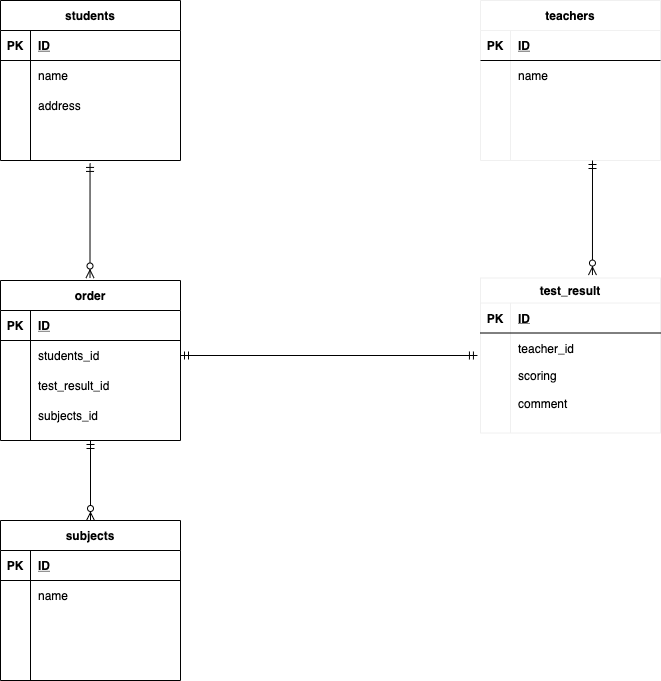
Earlier version of the draw.io export index.drawio.png (hosei0514/ER_TEST). Source tidied: cells renumbered, new cells last; positions are measured from the earlier drawing's top-left corner, leaving out a move shared by most shapes.
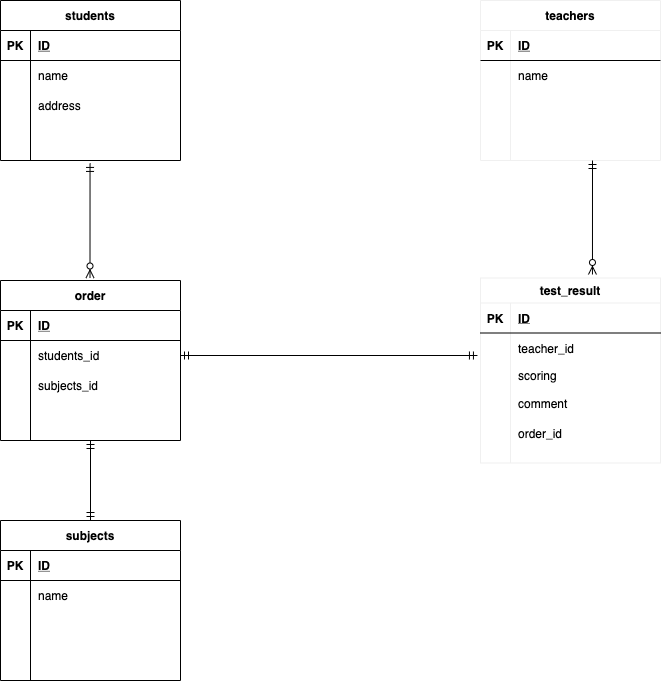
Above is the later version.

The edit, as a diff of the source:
```diff
@@ -81,7 +81,7 @@
       <mxGeometry x="30" width="150" height="30" as="geometry" />
     </mxCell>
     <mxCell id="28" value="test_result" style="shape=table;startSize=25;rowLines=0;fontStyle=1;align=center;strokeColor=#f0f0f0;" parent="1" vertex="1">
-      <mxGeometry x="480" y="277.5" width="180" height="155" as="geometry" />
+      <mxGeometry x="480" y="277.5" width="180" height="185" as="geometry" />
     </mxCell>
     <mxCell id="29" style="shape=partialRectangle;fillColor=none;top=0;left=0;bottom=1;right=0;" parent="28" vertex="1">
       <mxGeometry y="25" width="180" height="30" as="geometry" />
@@ -119,6 +119,15 @@
     <mxCell id="40" value="comment" style="shape=partialRectangle;fillColor=none;top=0;left=0;bottom=0;right=0;align=left;spacingLeft=6;overflow=hidden;flipH=1;" parent="38" vertex="1">
       <mxGeometry x="30" width="150" height="30" as="geometry" />
     </mxCell>
+    <mxCell id="71" style="shape=partialRectangle;fillColor=none;top=0;left=0;bottom=0;right=0;" parent="28" vertex="1">
+      <mxGeometry y="140" width="180" height="30" as="geometry" />
+    </mxCell>
+    <mxCell id="72" style="shape=partialRectangle;fillColor=none;top=0;left=0;bottom=0;right=0;overflow=hidden;" parent="71" vertex="1">
+      <mxGeometry width="30" height="30" as="geometry" />
+    </mxCell>
+    <mxCell id="73" value="order_id" style="shape=partialRectangle;fillColor=none;top=0;left=0;bottom=0;right=0;align=left;spacingLeft=6;overflow=hidden;flipH=1;" parent="71" vertex="1">
+      <mxGeometry x="30" width="150" height="30" as="geometry" />
+    </mxCell>
     <mxCell id="41" style="fontSize=12;html=1;endArrow=ERzeroToMany;startArrow=ERmandOne;entryX=0.622;entryY=-0.019;entryDx=0;entryDy=0;entryPerimeter=0;" parent="1" edge="1" target="28">
       <mxGeometry relative="1" as="geometry">
         <mxPoint x="592" y="160" as="sourcePoint" />
@@ -151,7 +160,7 @@
     <mxCell id="50" style="shape=partialRectangle;fillColor=none;top=0;left=0;bottom=0;right=0;overflow=hidden;" parent="49" vertex="1">
       <mxGeometry width="30" height="30" as="geometry" />
     </mxCell>
-    <mxCell id="51" value="test_result_id" style="shape=partialRectangle;fillColor=none;top=0;left=0;bottom=0;right=0;align=left;spacingLeft=6;overflow=hidden;" parent="49" vertex="1">
+    <mxCell id="51" value="subjects_id" style="shape=partialRectangle;fillColor=none;top=0;left=0;bottom=0;right=0;align=left;spacingLeft=6;overflow=hidden;" parent="49" vertex="1">
       <mxGeometry x="30" width="150" height="30" as="geometry" />
     </mxCell>
     <mxCell id="52" style="shape=partialRectangle;fillColor=none;top=0;left=0;bottom=0;right=0;" parent="42" vertex="1">
@@ -160,7 +169,7 @@
     <mxCell id="53" style="shape=partialRectangle;fillColor=none;top=0;left=0;bottom=0;right=0;overflow=hidden;" parent="52" vertex="1">
       <mxGeometry width="30" height="30" as="geometry" />
     </mxCell>
-    <mxCell id="54" value="subjects_id" style="shape=partialRectangle;fillColor=none;top=0;left=0;bottom=0;right=0;align=left;spacingLeft=6;overflow=hidden;" parent="52" vertex="1">
+    <mxCell id="54" style="shape=partialRectangle;fillColor=none;top=0;left=0;bottom=0;right=0;align=left;spacingLeft=6;overflow=hidden;" parent="52" vertex="1">
       <mxGeometry x="30" width="150" height="30" as="geometry" />
     </mxCell>
     <mxCell id="55" style="fontSize=12;html=1;endArrow=ERzeroToMany;startArrow=ERmandOne;entryX=0.622;entryY=-0.019;entryDx=0;entryDy=0;entryPerimeter=0;" parent="1" edge="1">
@@ -208,11 +217,11 @@
     <mxCell id="68" style="shape=partialRectangle;fillColor=none;top=0;left=0;bottom=0;right=0;align=left;spacingLeft=6;overflow=hidden;" parent="66" vertex="1">
       <mxGeometry x="30" width="150" height="30" as="geometry" />
     </mxCell>
+    <mxCell id="70" style="fontSize=12;html=1;endArrow=ERmandOne;startArrow=ERmandOne;exitX=1;exitY=0.5;exitDx=0;exitDy=0;entryX=-0.017;entryY=0.75;entryDx=0;entryDy=0;entryPerimeter=0;" parent="1" edge="1" source="46" target="32">
+      <mxGeometry relative="1" as="geometry" />
+    </mxCell>
-    <mxCell id="69" style="fontSize=12;html=1;endArrow=ERzeroToMany;startArrow=ERmandOne;exitX=0.5;exitY=1;exitDx=0;exitDy=0;" parent="1" edge="1" source="42" target="56">
+    <mxCell id="69" style="fontSize=12;html=1;endArrow=ERmandOne;startArrow=ERmandOne;exitX=0.5;exitY=1;exitDx=0;exitDy=0;entryX=0.5;entryY=0;entryDx=0;entryDy=0;" parent="1" edge="1" source="42" target="56">
       <mxGeometry relative="1" as="geometry" />
     </mxCell>
-    <mxCell id="70" style="fontSize=12;html=1;endArrow=ERmandOne;startArrow=ERmandOne;exitX=1;exitY=0.5;exitDx=0;exitDy=0;entryX=-0.017;entryY=0.75;entryDx=0;entryDy=0;entryPerimeter=0;" parent="1" edge="1" source="46" target="32">
-      <mxGeometry relative="1" as="geometry" />
-    </mxCell>
   </root>
 </mxGraphModel>
```
